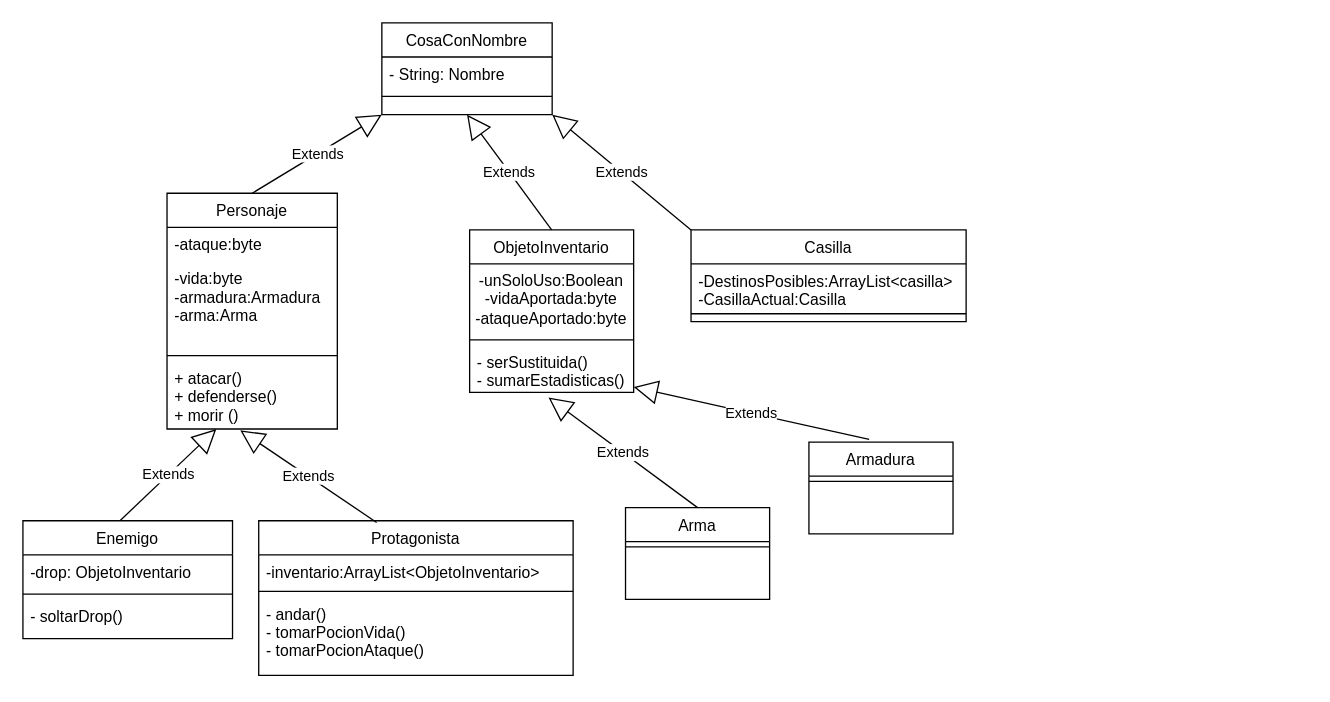
The draw.io diagram diagramas/DiagramaDeClasesProyecto.drawio in SrAlex16/ProyectoProgramacion, before the edit. Source tidied: cells renumbered, new cells numbered last; positions are measured from the earlier drawing's top-left corner, leaving out a move shared by most shapes. Both pictures are drawn from the tidied source at 131%, with x=0, y=0 at pixel (22, 22).
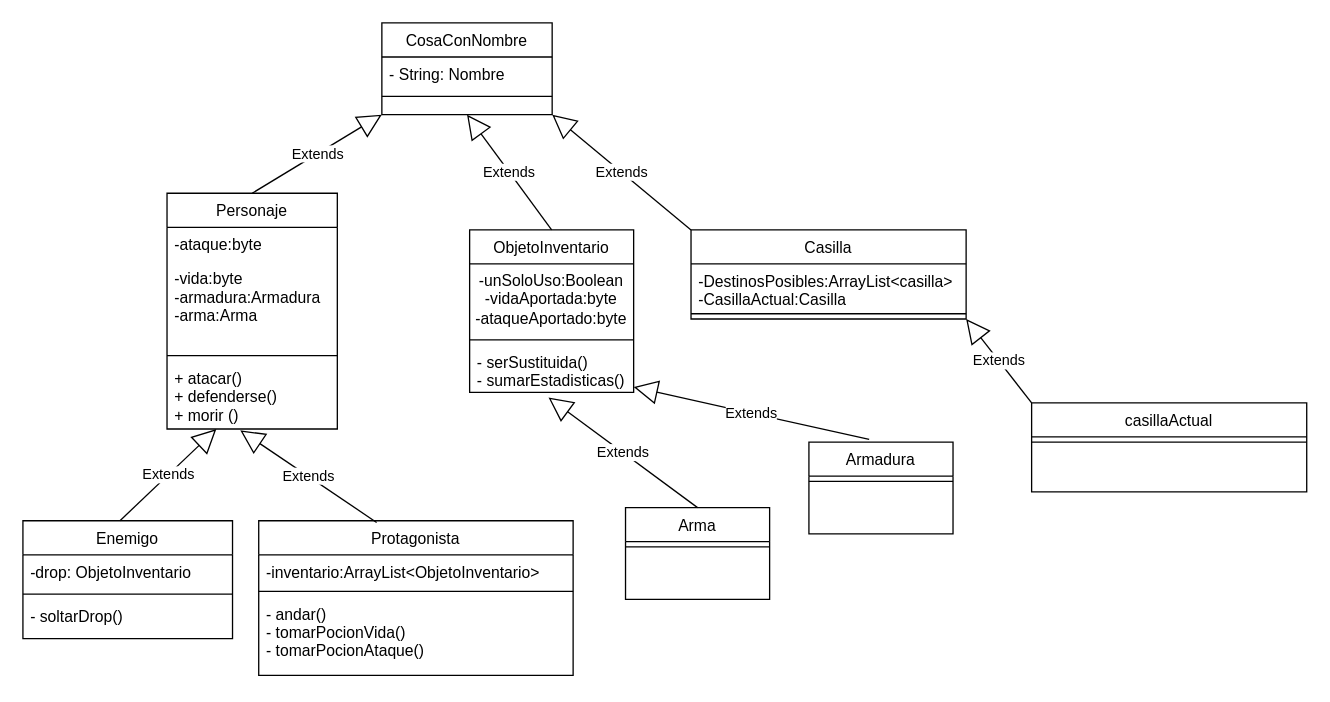
The same page after the edit.

Diff of the diagram source:
```diff
@@
     <mxCell id="32" value="Casilla" style="swimlane;fontStyle=0;align=center;verticalAlign=top;horizontal=1;startSize=26;rounded=0;shadow=0;strokeWidth=1;" parent="1" vertex="1">
-      <mxGeometry x="510" y="158" width="210" height="70" as="geometry" />
+      <mxGeometry x="510" y="158" width="210" height="68" as="geometry" />
     </mxCell>
@@
+    <mxCell id="36" value="casillaActual" style="swimlane;fontStyle=0;align=center;verticalAlign=top;horizontal=1;startSize=26;rounded=0;shadow=0;strokeWidth=1;" parent="1" vertex="1">
+      <mxGeometry x="770" y="290" width="210" height="68" as="geometry" />
+    </mxCell>
+    <mxCell id="37" style="line;html=1;strokeWidth=1;align=left;verticalAlign=middle;spacingTop=-1;spacingLeft=3;spacingRight=3;labelPosition=right;" parent="36" vertex="1">
+      <mxGeometry y="26" width="210" height="8" as="geometry" />
+    </mxCell>
+    <mxCell id="38" value="Extends" style="endArrow=block;endSize=16;endFill=0;html=1;exitX=0;exitY=0;exitDx=0;exitDy=0;entryX=1;entryY=1;entryDx=0;entryDy=0;" parent="1" edge="1" source="36" target="32">
+      <mxGeometry relative="1" as="geometry" />
+    </mxCell>
```
